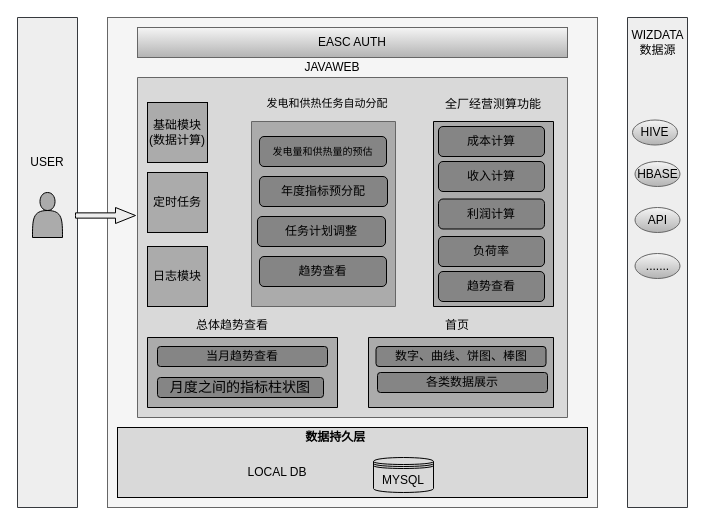
The draw.io diagram 智慧营销.drawio in hackerpangdaxing/architecture-diagram-, before the edit. Source tidied: cells renumbered, new cells numbered last; positions are measured from the earlier drawing's top-left corner, leaving out a move shared by most shapes. Both pictures are drawn from the tidied source at 100%, with x=0, y=0 at pixel (17, 17).
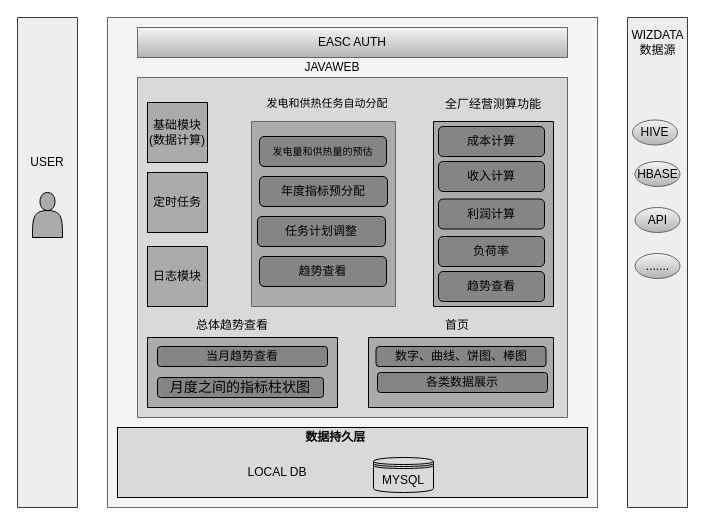
After the change.

Diff of the diagram source:
```diff
@@
-    <mxCell id="39" style="html=1;shadow=0;dashed=0;align=center;verticalAlign=middle;shape=mxgraph.arrows2.arrow;dy=0.67;dx=20;notch=0;fillColor=#EDEDED;gradientColor=none;" parent="1" vertex="1">
-      <mxGeometry x="58" y="190" width="60" height="16" as="geometry" />
-    </mxCell>
```
